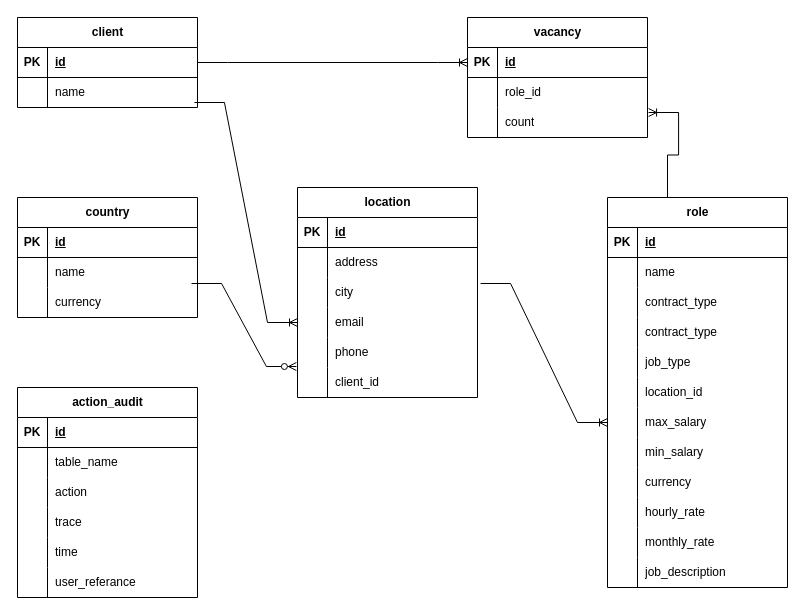
Above: ER.drawio in peguses/education (draw.io), before the change. Source tidied: cells renumbered, new cells numbered last; positions are measured from the earlier drawing's top-left corner, leaving out a move shared by most shapes. Both pictures are drawn from the tidied source at 100%, with x=0, y=0 at pixel (17, 17).
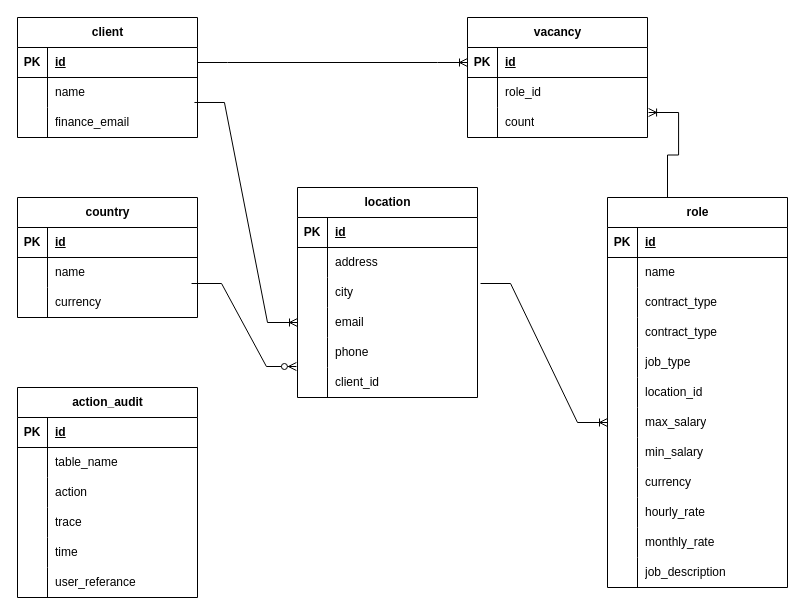
Above is the later version.

What changed in the source:
```diff
@@
     <mxCell id="2" value="client" style="shape=table;startSize=30;childLayout=tableLayout;rowLines=0;fontStyle=1;align=center;html=1;" parent="1" vertex="1">
-      <mxGeometry width="180" height="90" as="geometry" />
+      <mxGeometry width="180" height="120" as="geometry" />
     </mxCell>
@@
+    <mxCell id="109" style="shape=tableRow;horizontal=0;startSize=0;swimlaneHead=0;swimlaneBody=0;fillColor=none;top=0;left=0;right=0;bottom=0;" parent="2" vertex="1">
+      <mxGeometry y="90" width="180" height="30" as="geometry" />
+    </mxCell>
+    <mxCell id="110" style="shape=partialRectangle;fillColor=none;top=0;left=0;bottom=0;right=0;overflow=hidden;whiteSpace=wrap;html=1;" parent="109" vertex="1">
+      <mxGeometry width="30" height="30" as="geometry" />
+    </mxCell>
+    <mxCell id="111" value="finance_email" style="shape=partialRectangle;fillColor=none;top=0;left=0;bottom=0;right=0;align=left;spacingLeft=6;overflow=hidden;whiteSpace=wrap;html=1;" parent="109" vertex="1">
+      <mxGeometry x="30" width="150" height="30" as="geometry" />
+    </mxCell>
```
